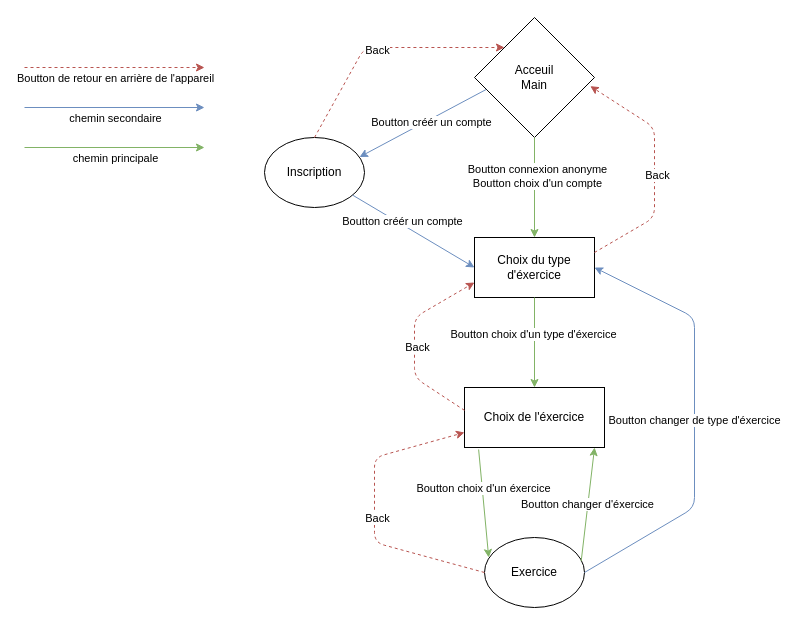
xwawo/AndroidProject keeps this draw.io diagram as doc/ShémaWorkflow.drawio. Above is the earlier version. Source tidied: cells renumbered, new cells numbered last; positions are measured from the earlier drawing's top-left corner, leaving out a move shared by most shapes. Both pictures are drawn from the tidied source at 100%, with x=0, y=0 at pixel (24, 17).
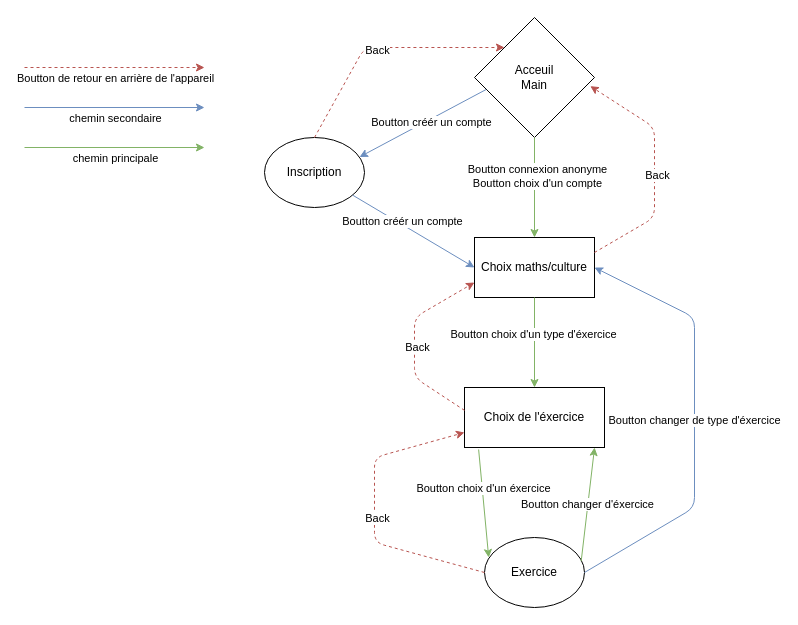
The same page after the edit.

Commit message (it also covers changes not shown here):
high score culture marqué + shéma draw.io

Change to the diagram source:
```diff
@@
-    <mxCell id="2" value="Choix du type d'éxercice" style="rounded=0;whiteSpace=wrap;html=1;" parent="1" vertex="1">
+    <mxCell id="2" value="Choix maths/culture" style="rounded=0;whiteSpace=wrap;html=1;" parent="1" vertex="1">
       <mxGeometry x="450" y="220" width="120" height="60" as="geometry" />
     </mxCell>
```
